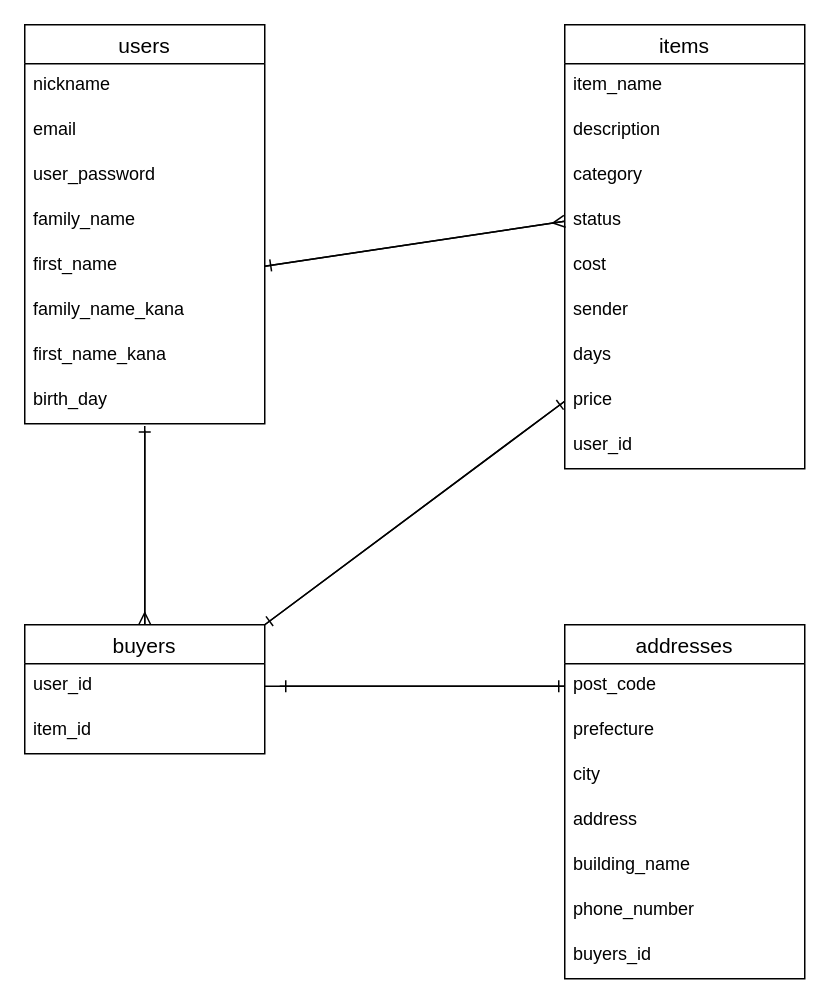
Earlier version of the draw.io diagram ER.dio (misuzu5/furima-38486). Source tidied: cells renumbered, new cells numbered last; positions are measured from the earlier drawing's top-left corner, leaving out a move shared by most shapes. Both pictures are drawn from the tidied source at 150%, with x=0, y=0 at pixel (24, 24).
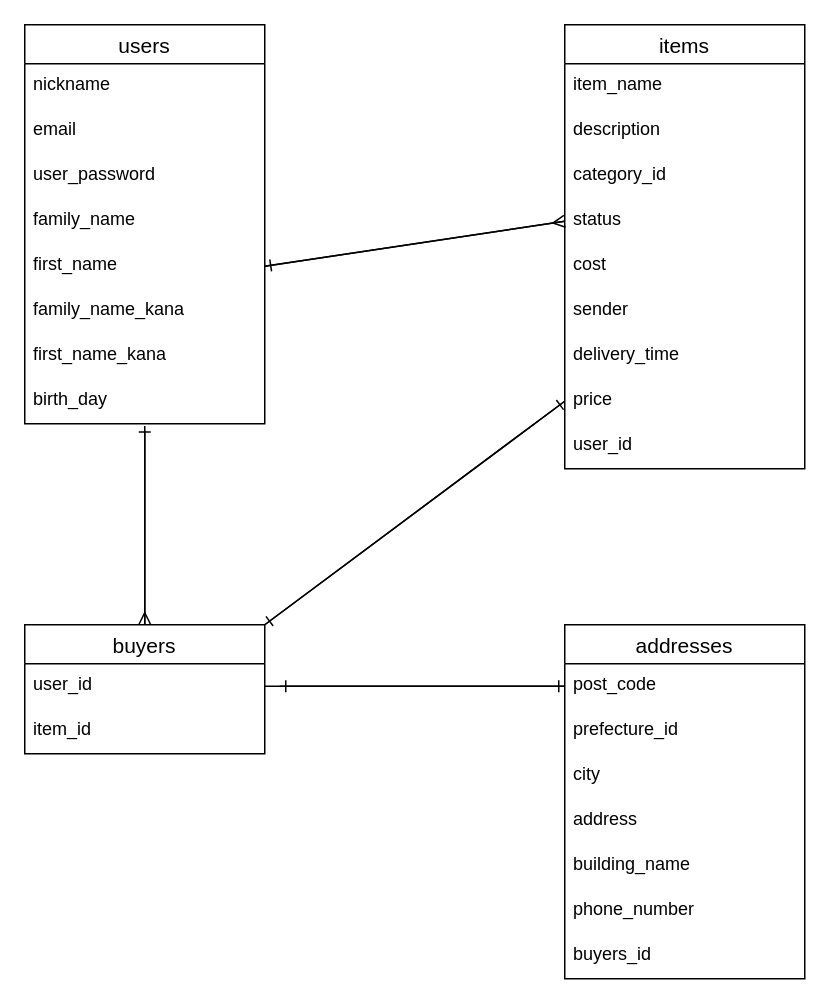
The same diagram, later.

Commit message (it also covers changes not shown here):
データベース設計 修正

Unchanged cells that the change refers to:
```xml
<mxCell id="11" value="items" style="swimlane;fontStyle=0;horizontal=1;startSize=26;align=center;fontSize=14;" parent="1" vertex="1">
  <mxGeometry x="360" width="160" height="296" as="geometry" />
</mxCell>
<mxCell id="26" value="addresses" style="swimlane;fontStyle=0;horizontal=1;startSize=26;align=center;fontSize=14;" parent="1" vertex="1">
  <mxGeometry x="360" y="400" width="160" height="236" as="geometry" />
</mxCell>
```

Change to the diagram source:
```diff
@@
-    <mxCell id="14" value="category" style="text;strokeColor=none;fillColor=none;spacingLeft=4;spacingRight=4;overflow=hidden;fontSize=12;" parent="11" vertex="1">
+    <mxCell id="14" value="category_id" style="text;strokeColor=none;fillColor=none;spacingLeft=4;spacingRight=4;overflow=hidden;fontSize=12;" parent="11" vertex="1">
       <mxGeometry y="86" width="160" height="30" as="geometry" />
     </mxCell>
@@
-    <mxCell id="18" value="days" style="text;strokeColor=none;fillColor=none;spacingLeft=4;spacingRight=4;overflow=hidden;fontSize=12;" parent="11" vertex="1">
+    <mxCell id="18" value="delivery_time" style="text;strokeColor=none;fillColor=none;spacingLeft=4;spacingRight=4;overflow=hidden;fontSize=12;" parent="11" vertex="1">
       <mxGeometry y="206" width="160" height="30" as="geometry" />
     </mxCell>
@@
-    <mxCell id="28" value="prefecture" style="text;strokeColor=none;fillColor=none;spacingLeft=4;spacingRight=4;overflow=hidden;fontSize=12;" parent="26" vertex="1">
+    <mxCell id="28" value="prefecture_id" style="text;strokeColor=none;fillColor=none;spacingLeft=4;spacingRight=4;overflow=hidden;fontSize=12;" parent="26" vertex="1">
       <mxGeometry y="56" width="160" height="30" as="geometry" />
     </mxCell>
```
